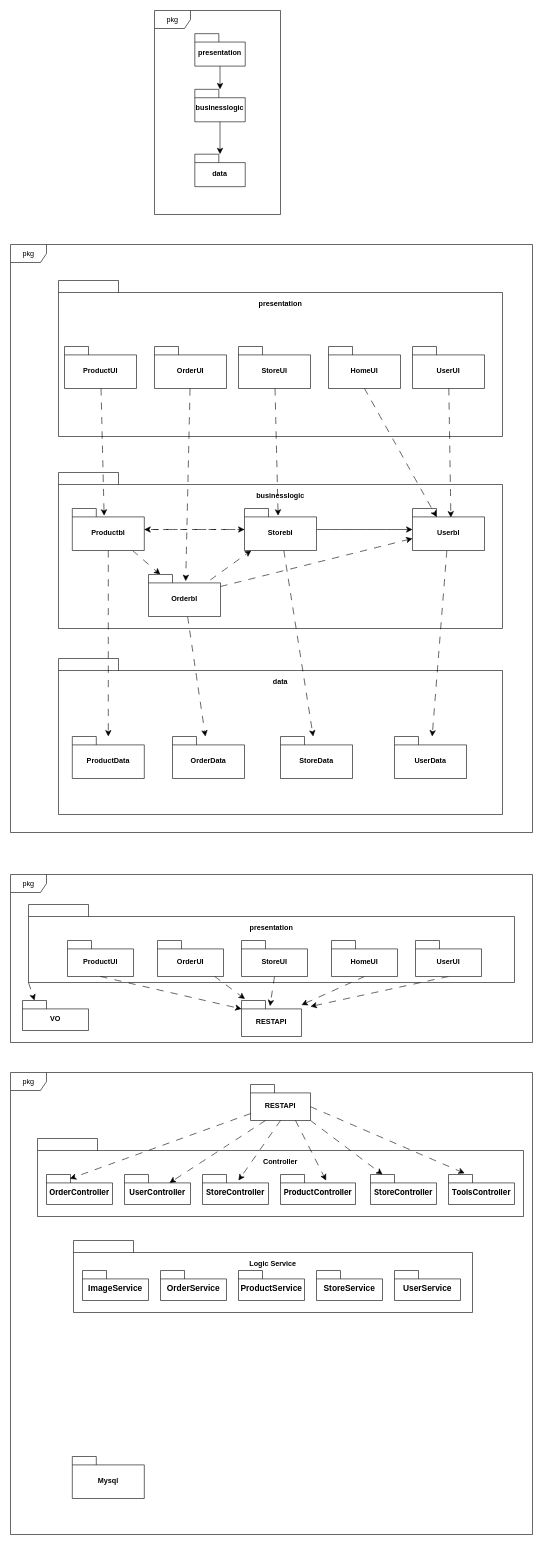
This is page "Page-1" (1 of 2) of 开发包客户端.drawio from Bernard203/Bernard203.github.io, a draw.io file, before an edit. Source tidied: cells renumbered, new cells numbered last; positions are measured from the earlier drawing's top-left corner, leaving out a move shared by most shapes. Both pictures are drawn from the tidied source at 60%, with x=0, y=0 at pixel (10, 10).
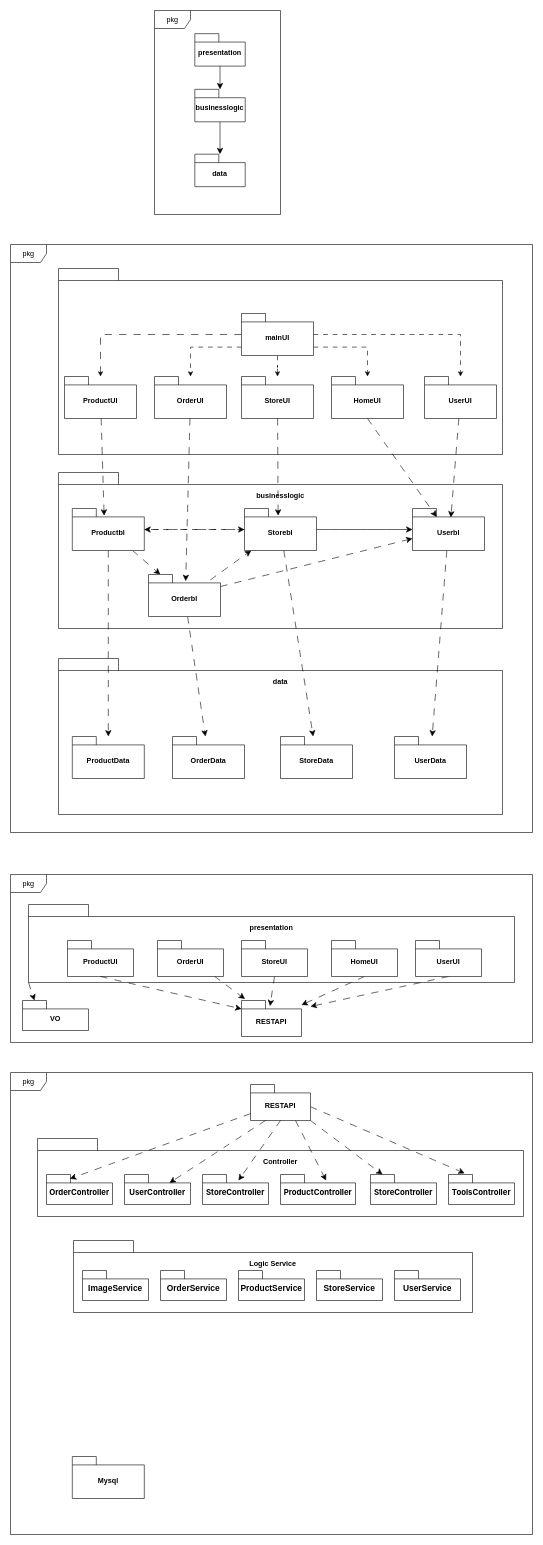
The same diagram, later.

The edit, as a diff of the source:
```diff
@@
-    <mxCell id="10" value="&lt;div&gt;presentation&lt;/div&gt;" style="shape=folder;fontStyle=1;spacingTop=25;tabWidth=100;tabHeight=20;tabPosition=left;html=1;whiteSpace=wrap;labelPosition=center;verticalLabelPosition=middle;align=center;verticalAlign=top;horizontal=1;" parent="1" vertex="1">
-      <mxGeometry x="80" y="450" width="740" height="260" as="geometry" />
+    <mxCell id="10" style="shape=folder;fontStyle=1;spacingTop=25;tabWidth=100;tabHeight=20;tabPosition=left;html=1;whiteSpace=wrap;labelPosition=center;verticalLabelPosition=middle;align=center;verticalAlign=top;horizontal=1;" parent="1" vertex="1">
+      <mxGeometry x="80" y="430" width="740" height="310" as="geometry" />
     </mxCell>
@@
     <mxCell id="13" value="OrderUI" style="shape=folder;fontStyle=1;spacingTop=10;tabWidth=40;tabHeight=14;tabPosition=left;html=1;whiteSpace=wrap;" parent="1" vertex="1">
-      <mxGeometry x="240" y="560" width="120" height="70" as="geometry" />
+      <mxGeometry x="240" y="610" width="120" height="70" as="geometry" />
     </mxCell>
     <mxCell id="14" value="ProductUI" style="shape=folder;fontStyle=1;spacingTop=10;tabWidth=40;tabHeight=14;tabPosition=left;html=1;whiteSpace=wrap;" parent="1" vertex="1">
-      <mxGeometry x="90" y="560" width="120" height="70" as="geometry" />
+      <mxGeometry x="90" y="610" width="120" height="70" as="geometry" />
     </mxCell>
     <mxCell id="15" value="StoreUI" style="shape=folder;fontStyle=1;spacingTop=10;tabWidth=40;tabHeight=14;tabPosition=left;html=1;whiteSpace=wrap;" parent="1" vertex="1">
-      <mxGeometry x="380" y="560" width="120" height="70" as="geometry" />
+      <mxGeometry x="385" y="610" width="120" height="70" as="geometry" />
     </mxCell>
@@
     <mxCell id="28" value="UserUI" style="shape=folder;fontStyle=1;spacingTop=10;tabWidth=40;tabHeight=14;tabPosition=left;html=1;whiteSpace=wrap;" parent="1" vertex="1">
-      <mxGeometry x="670" y="560" width="120" height="70" as="geometry" />
+      <mxGeometry x="690" y="610" width="120" height="70" as="geometry" />
     </mxCell>
@@
     <mxCell id="32" value="HomeUI" style="shape=folder;fontStyle=1;spacingTop=10;tabWidth=40;tabHeight=14;tabPosition=left;html=1;whiteSpace=wrap;" parent="1" vertex="1">
-      <mxGeometry x="530" y="560" width="120" height="70" as="geometry" />
+      <mxGeometry x="535" y="610" width="120" height="70" as="geometry" />
     </mxCell>
@@
+    <mxCell id="79" style="edgeStyle=orthogonalEdgeStyle;rounded=0;jettySize=auto;html=1;dashed=1;dashPattern=12 12;" parent="1" edge="1" source="84" target="14">
+      <mxGeometry relative="1" as="geometry" />
+    </mxCell>
+    <mxCell id="80" style="edgeStyle=orthogonalEdgeStyle;rounded=0;jettySize=auto;html=1;exitX=0;exitY=0;exitDx=0;exitDy=56;exitPerimeter=0;dashed=1;dashPattern=8 8;" parent="1" edge="1" source="84" target="13">
+      <mxGeometry relative="1" as="geometry" />
+    </mxCell>
+    <mxCell id="81" style="edgeStyle=orthogonalEdgeStyle;rounded=0;jettySize=auto;html=1;exitX=0.5;exitY=1;exitDx=0;exitDy=0;exitPerimeter=0;dashed=1;dashPattern=8 8;" parent="1" edge="1" source="84" target="15">
+      <mxGeometry relative="1" as="geometry" />
+    </mxCell>
+    <mxCell id="82" style="edgeStyle=orthogonalEdgeStyle;rounded=0;jettySize=auto;html=1;exitX=0;exitY=0;exitDx=120;exitDy=56;exitPerimeter=0;dashed=1;dashPattern=8 8;" parent="1" edge="1" source="84" target="32">
+      <mxGeometry relative="1" as="geometry" />
+    </mxCell>
+    <mxCell id="83" style="edgeStyle=orthogonalEdgeStyle;rounded=0;jettySize=auto;html=1;dashed=1;dashPattern=8 8;" parent="1" edge="1" source="84" target="28">
+      <mxGeometry relative="1" as="geometry" />
+    </mxCell>
+    <mxCell id="84" value="mainUI" style="shape=folder;fontStyle=1;spacingTop=10;tabWidth=40;tabHeight=14;tabPosition=left;html=1;whiteSpace=wrap;" parent="1" vertex="1">
+      <mxGeometry x="385" y="505" width="120" height="70" as="geometry" />
+    </mxCell>
```
